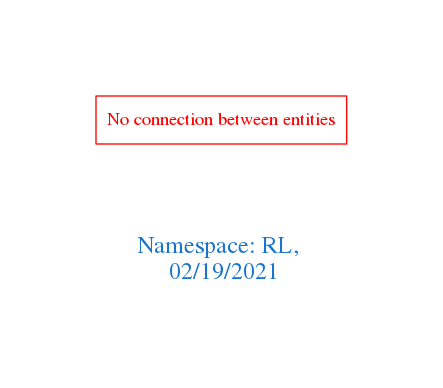
Before: downloads/RL.png, a diagram exported from Graphviz (arago/OGIT). Its source is kept beside it as downloads/RL.dot.
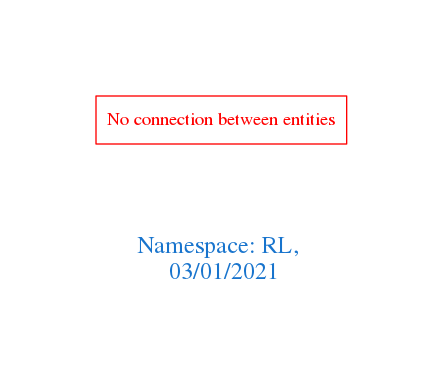
Later version of the same file.

Change to the diagram source:
```diff
@@ -1,7 +1,7 @@
 digraph OGIT_ontology {
  graph [ rankdir= LR,pad=1
 fontsize = 18,
-fontcolor= dodgerblue3,label = "\n\n\nNamespace: RL, \n 02/19/2021"];
+fontcolor= dodgerblue3,label = "\n\n\nNamespace: RL, \n 03/01/2021"];
 node[shape=polygon];
 edge [  color="gray81"];
 
```
